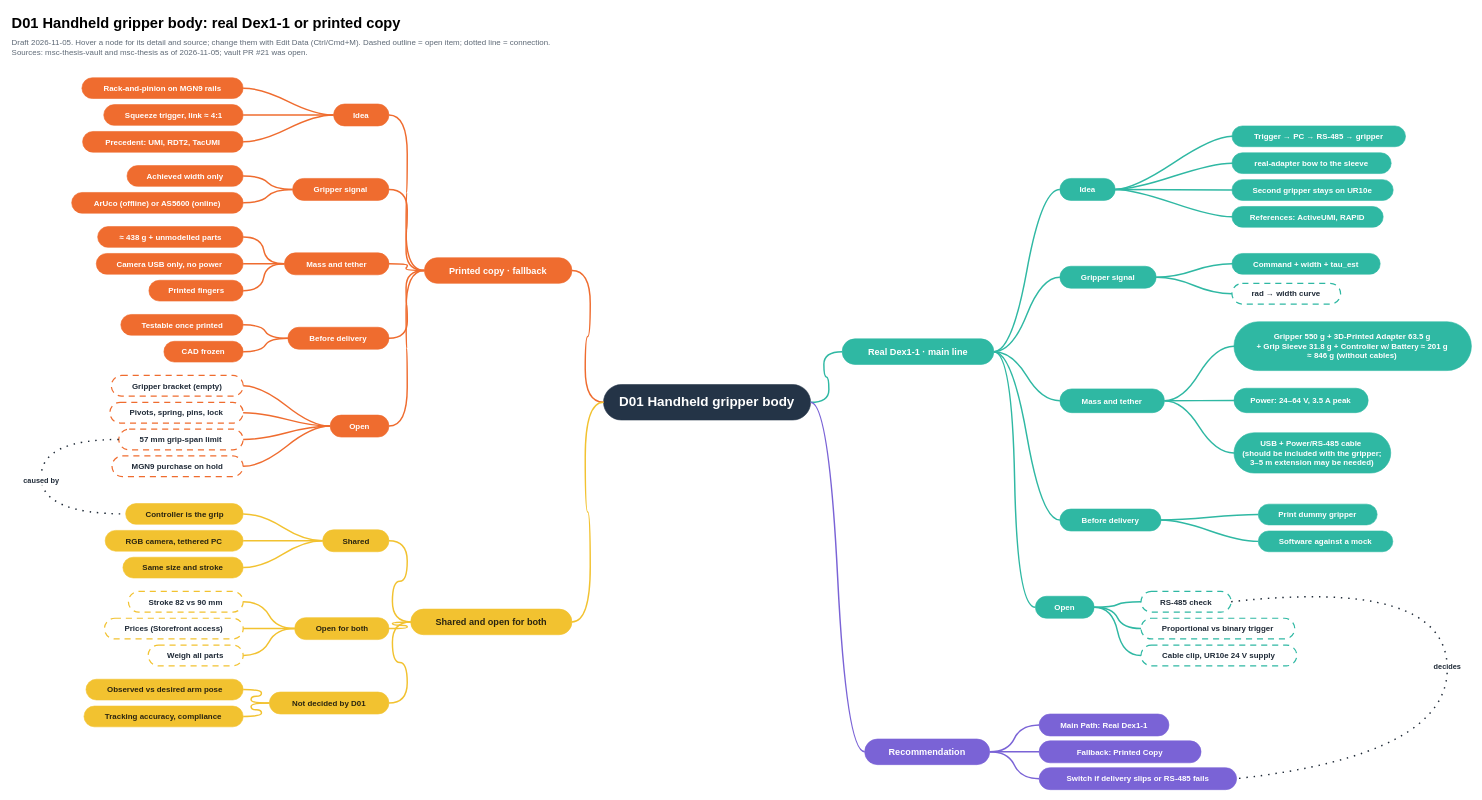
EfekTyndall/msc-thesis-vault keeps this draw.io diagram as Agent/Drafts/2026-11-05 D01 mind map.drawio. Above is the earlier version. Source tidied: cells renumbered, new cells numbered last; positions are measured from the earlier drawing's top-left corner, leaving out a move shared by most shapes. Both pictures are drawn from the tidied source at 61%, with x=0, y=0 at pixel (10, 10).
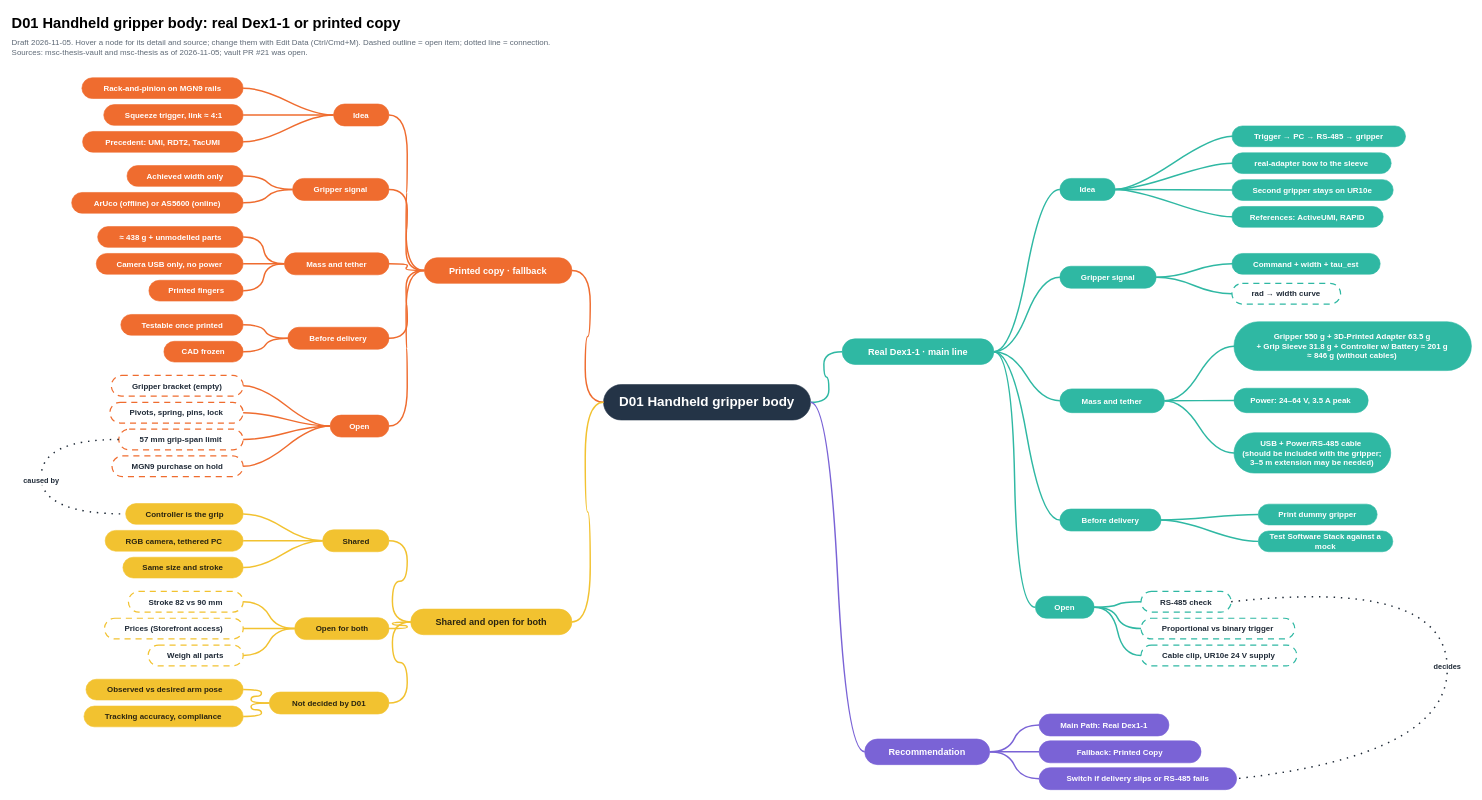
The same diagram, later.

Commit message (it also covers changes not shown here):
vault backup: 2026-11-05 16:04:44

Change to the diagram source:
```diff
@@
-    <mxCell id="20" value="Software against a mock" style="rounded=1;arcSize=50;whiteSpace=wrap;html=1;fillColor=#2fb8a3;strokeColor=#2fb8a3;fontColor=#ffffff;fontFamily=Helvetica;fontStyle=1;fontSize=13;" parent="1" vertex="1">
+    <mxCell id="20" value="Test Software Stack against a mock" style="rounded=1;arcSize=50;whiteSpace=wrap;html=1;fillColor=#2fb8a3;strokeColor=#2fb8a3;fontColor=#ffffff;fontFamily=Helvetica;fontStyle=1;fontSize=13;" parent="1" vertex="1">
       <mxGeometry x="2045.2" y="853" width="220.6" height="34" as="geometry" />
     </mxCell>
```
